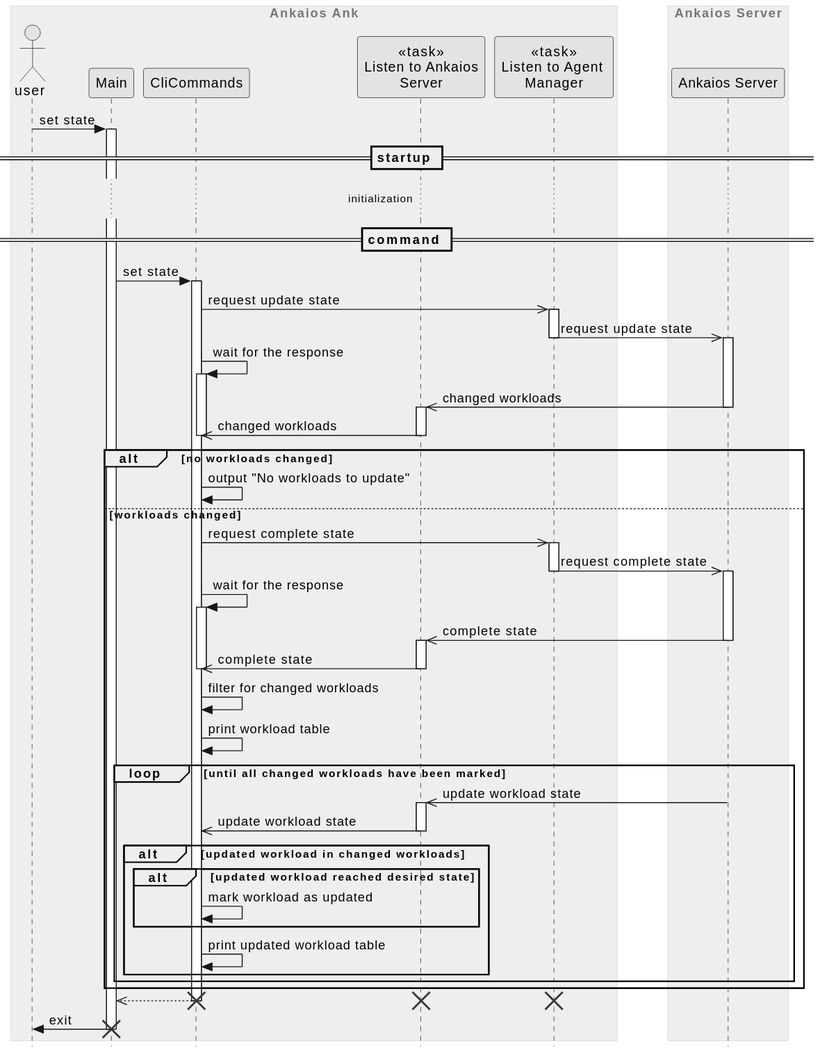
This is ank/doc/swdesign/plantuml/seq_set_state.svg from eclipse-ankaios/ankaios, a PlantUML export, as it was before one commit.
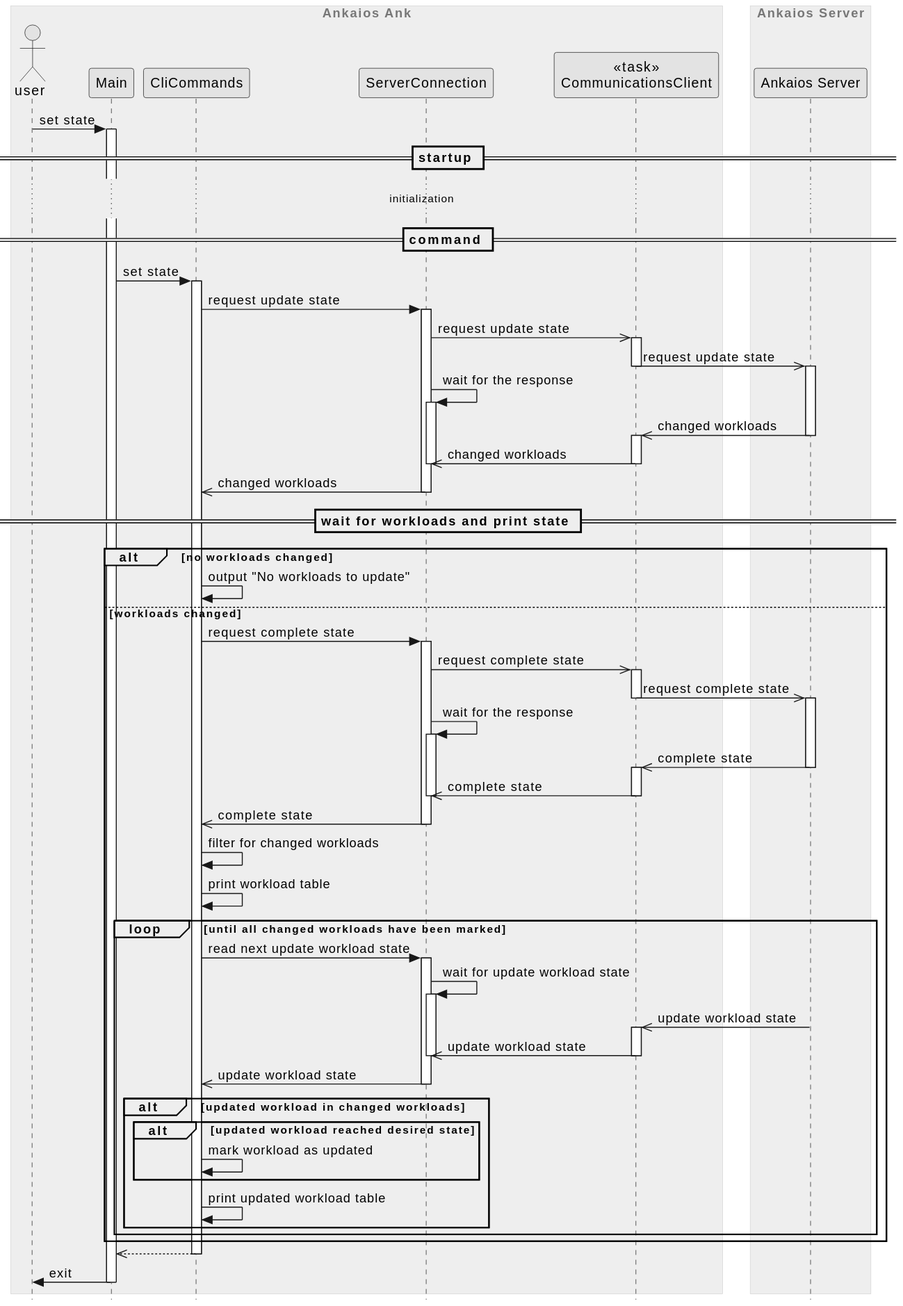
Later version of the same file.

Commit message:
Update sequence diagram to fit current internal structure

Issue-Id: #236

Diff of the diagram source:
```diff
@@ -5,8 +5,8 @@
     actor "user" as user
     participant Main as main
     participant "CliCommands" as cli_commands
-    participant "<<task>>\nListen to Ankaios\nServer" as listen_to_server
-    participant "<<task>>\nListen to Agent \nManager" as listen_to_manager
+    participant "ServerConnection" as server_connection
+    participant "<<task>>\nCommunicationsClient" as communications_client
 end box
 
 box "Ankaios Server"
@@ -22,32 +22,44 @@
 == command ==
 
 main -> cli_commands ++ : set state
-cli_commands ->> listen_to_manager ++: request update state
-listen_to_manager ->> server --++ : request update state
+cli_commands -> server_connection ++: request update state
+server_connection ->> communications_client++: request update state
+communications_client ->> server --++ : request update state
 
-cli_commands -> cli_commands ++: wait for the response
+server_connection -> server_connection ++: wait for the response
 
-listen_to_server <<- server --++: changed workloads
-listen_to_server ->> cli_commands --: changed workloads
-deactivate cli_commands
+communications_client <<- server --++: changed workloads
+server_connection <<- communications_client --: changed workloads
+deactivate server_connection
+cli_commands <<- server_connection--: changed workloads
+
+== wait for workloads and print state ==
 
 alt no workloads changed
     cli_commands -> cli_commands: output "No workloads to update"
 else workloads changed
 
-    cli_commands ->> listen_to_manager ++: request complete state
-    listen_to_manager ->> server --++ : request complete state
+    cli_commands -> server_connection ++: request complete state
+    server_connection ->> communications_client++: request complete state
+    communications_client ->> server --++ : request complete state
 
-    cli_commands -> cli_commands ++: wait for the response
-    listen_to_server <<- server --++: complete state
-    listen_to_server ->> cli_commands --: complete state
-    deactivate cli_commands
+    server_connection -> server_connection ++: wait for the response
+    communications_client <<- server --++: complete state
+    server_connection <<- communications_client --: complete state
+    deactivate server_connection
+    cli_commands <<- server_connection --: complete state
     cli_commands -> cli_commands: filter for changed workloads
     cli_commands -> cli_commands: print workload table
 
     loop until all changed workloads have been marked
-        listen_to_server <<- server ++: update workload state
-        cli_commands <<- listen_to_server --: update workload state
+        cli_commands -> server_connection ++: read next update workload state
+        server_connection -> server_connection ++: wait for update workload state
+
+        communications_client <<- server ++: update workload state
+        server_connection <<- communications_client --: update workload state
+        deactivate server_connection
+        cli_commands <<- server_connection --: update workload state
+
         alt updated workload in changed workloads
             alt updated workload reached desired state
                 cli_commands -> cli_commands: mark workload as updated
@@ -59,10 +71,7 @@
 
 main <<-- cli_commands --
 
-destroy cli_commands
-destroy listen_to_manager
-destroy listen_to_server
+
 
 user <- main -- : exit
-destroy main
 @enduml
```
